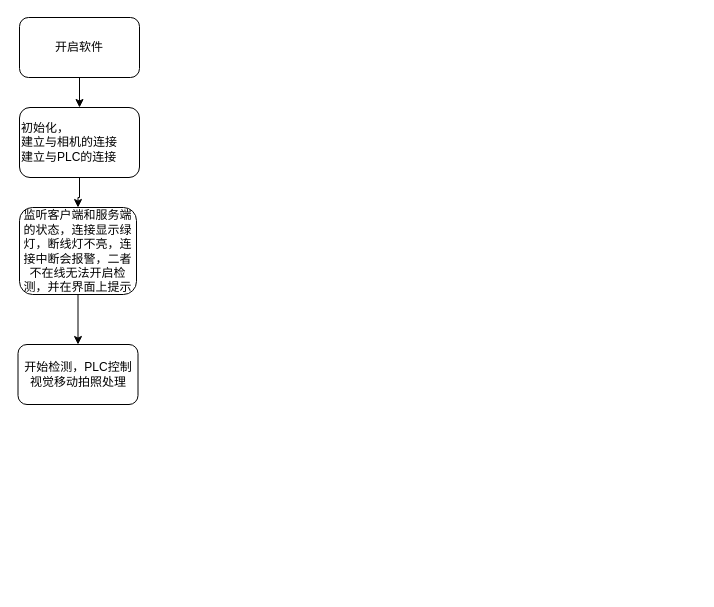
The draw.io diagram scraper.drawio in dorian-gao/disgram, before the edit. Source tidied: cells renumbered, new cells numbered last; positions are measured from the earlier drawing's top-left corner, leaving out a move shared by most shapes. Both pictures are drawn from the tidied source at 100%, with x=0, y=0 at pixel (18, 17).
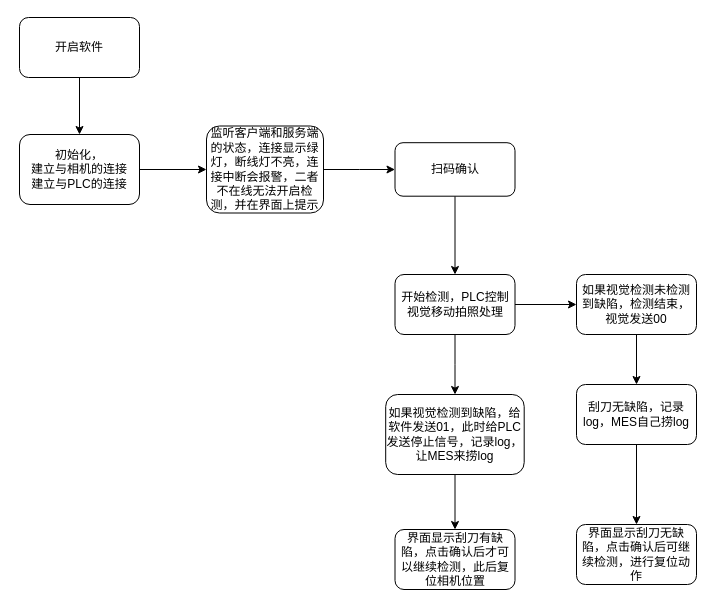
After the change.

Diff of the diagram source:
```diff
@@
-    <mxCell id="5" value="&lt;div&gt;&lt;span&gt;初始化，&lt;/span&gt;&lt;/div&gt;建立与相机的连接&lt;br&gt;建立与PLC的连接" style="whiteSpace=wrap;html=1;rounded=1;align=left;" parent="1" vertex="1">
-      <mxGeometry x="1" y="90" width="120" height="70" as="geometry" />
+    <mxCell id="5" value="&lt;div&gt;&lt;span&gt;初始化，&lt;/span&gt;&lt;/div&gt;建立与相机的连接&lt;br&gt;建立与PLC的连接" style="whiteSpace=wrap;html=1;rounded=1;align=center;" parent="1" vertex="1">
+      <mxGeometry x="1" y="117" width="120" height="70" as="geometry" />
     </mxCell>
-    <mxCell id="6" style="edgeStyle=orthogonalEdgeStyle;rounded=0;jettySize=auto;html=1;" parent="1" edge="1" source="7" target="8">
+    <mxCell id="6" style="edgeStyle=orthogonalEdgeStyle;rounded=0;jettySize=auto;html=1;exitX=0.5;exitY=1;exitDx=0;exitDy=0;" parent="1" edge="1" source="20" target="8">
       <mxGeometry relative="1" as="geometry" />
     </mxCell>
+    <mxCell id="9" style="edgeStyle=orthogonalEdgeStyle;rounded=0;jettySize=auto;html=1;" parent="1" edge="1" source="7" target="20">
+      <mxGeometry relative="1" as="geometry" />
+    </mxCell>
     <mxCell id="7" value="监听客户端和服务端的状态，连接显示绿灯，断线灯不亮，连接中断会报警，二者不在线无法开启检测，并在界面上提示" style="whiteSpace=wrap;html=1;rounded=1;" parent="1" vertex="1">
-      <mxGeometry x="1" y="190" width="117" height="87" as="geometry" />
+      <mxGeometry x="188" y="108.5" width="117" height="87" as="geometry" />
     </mxCell>
+    <mxCell id="10" style="edgeStyle=orthogonalEdgeStyle;rounded=0;jettySize=auto;html=1;" parent="1" edge="1" source="8" target="13">
+      <mxGeometry relative="1" as="geometry" />
+    </mxCell>
+    <mxCell id="11" style="edgeStyle=orthogonalEdgeStyle;rounded=0;jettySize=auto;html=1;" parent="1" edge="1" source="8" target="15">
+      <mxGeometry relative="1" as="geometry" />
+    </mxCell>
     <mxCell id="8" value="开始检测，PLC控制视觉移动拍照处理" style="whiteSpace=wrap;html=1;rounded=1;" parent="1" vertex="1">
-      <mxGeometry x="-0.5" y="327" width="120" height="60" as="geometry" />
+      <mxGeometry x="376.5" y="257" width="120" height="60" as="geometry" />
     </mxCell>
+    <mxCell id="12" style="edgeStyle=orthogonalEdgeStyle;rounded=0;jettySize=auto;html=1;" parent="1" edge="1" source="13" target="16">
+      <mxGeometry relative="1" as="geometry" />
+    </mxCell>
+    <mxCell id="13" value="如果视觉检测到缺陷，给软件发送01，此时给PLC发送停止信号，记录log，让MES来捞log" style="whiteSpace=wrap;html=1;rounded=1;" parent="1" vertex="1">
+      <mxGeometry x="367.2" y="377" width="138.5" height="80" as="geometry" />
+    </mxCell>
+    <mxCell id="14" style="edgeStyle=orthogonalEdgeStyle;rounded=0;jettySize=auto;html=1;" parent="1" edge="1" source="15" target="18">
+      <mxGeometry relative="1" as="geometry" />
+    </mxCell>
+    <mxCell id="15" value="如果视觉检测未检测到缺陷，检测结束，视觉发送00" style="whiteSpace=wrap;html=1;rounded=1;" parent="1" vertex="1">
+      <mxGeometry x="558" y="257" width="120" height="60" as="geometry" />
+    </mxCell>
+    <mxCell id="16" value="&lt;span&gt;界面显示刮刀有缺陷，点击确认后才可以继续检测，此后复位相机位置&lt;/span&gt;" style="whiteSpace=wrap;html=1;rounded=1;" parent="1" vertex="1">
+      <mxGeometry x="376.5" y="512" width="120" height="60" as="geometry" />
+    </mxCell>
+    <mxCell id="17" style="edgeStyle=orthogonalEdgeStyle;rounded=0;jettySize=auto;html=1;" parent="1" edge="1" source="18" target="19">
+      <mxGeometry relative="1" as="geometry" />
+    </mxCell>
+    <mxCell id="18" value="刮刀无缺陷，记录log，MES自己捞log" style="whiteSpace=wrap;html=1;rounded=1;" parent="1" vertex="1">
+      <mxGeometry x="558" y="367" width="120" height="60" as="geometry" />
+    </mxCell>
+    <mxCell id="19" value="界面显示刮刀无缺陷，点击确认后可继续检测，进行复位动作" style="whiteSpace=wrap;html=1;rounded=1;" parent="1" vertex="1">
+      <mxGeometry x="558" y="507" width="120" height="60" as="geometry" />
+    </mxCell>
+    <mxCell id="20" value="扫码确认" style="whiteSpace=wrap;html=1;rounded=1;" parent="1" vertex="1">
+      <mxGeometry x="376.5" y="125.2" width="120" height="53.5" as="geometry" />
+    </mxCell>
```
